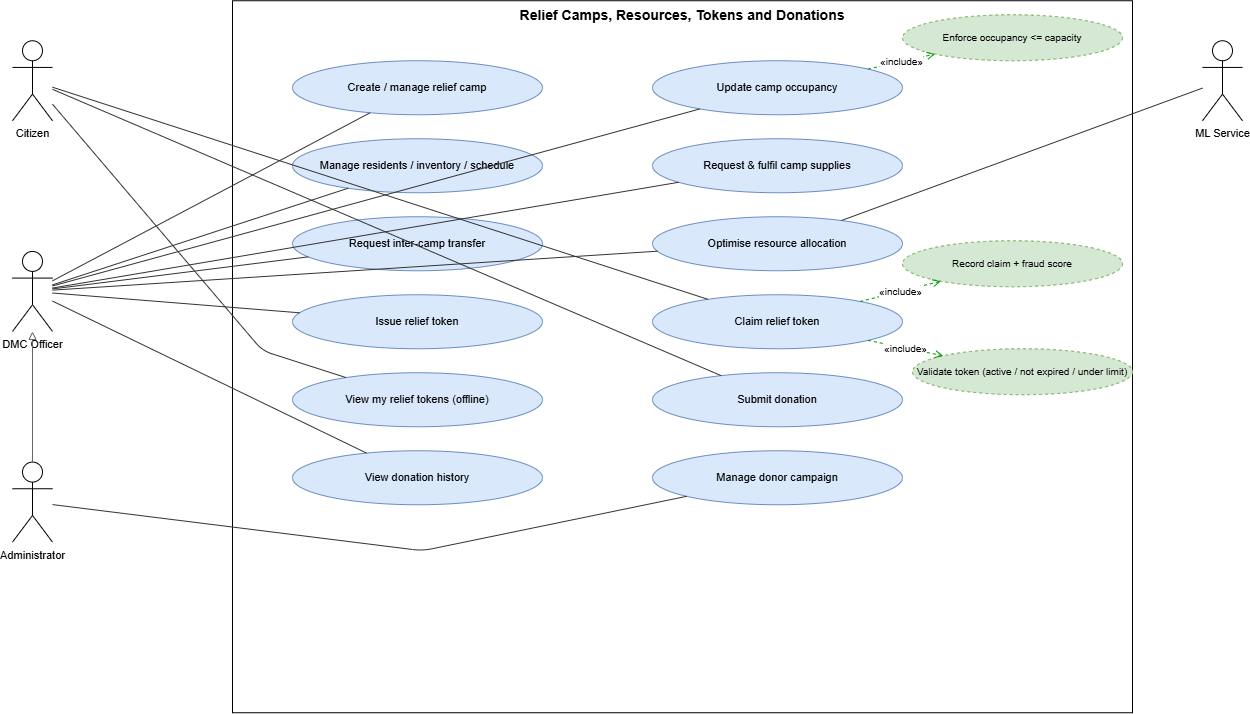
The draw.io diagram research-report-source/diagrams/pngs/Appendix_B.2_UseCase_Relief_Camps_Resources_Tokens_and_Donations.drawio.png in DeshanDV1003/Suraksha---Web-App, before a commit. Source tidied: cells renumbered, new cells last; positions are measured from the earlier drawing's top-left corner, leaving out a move shared by most shapes.
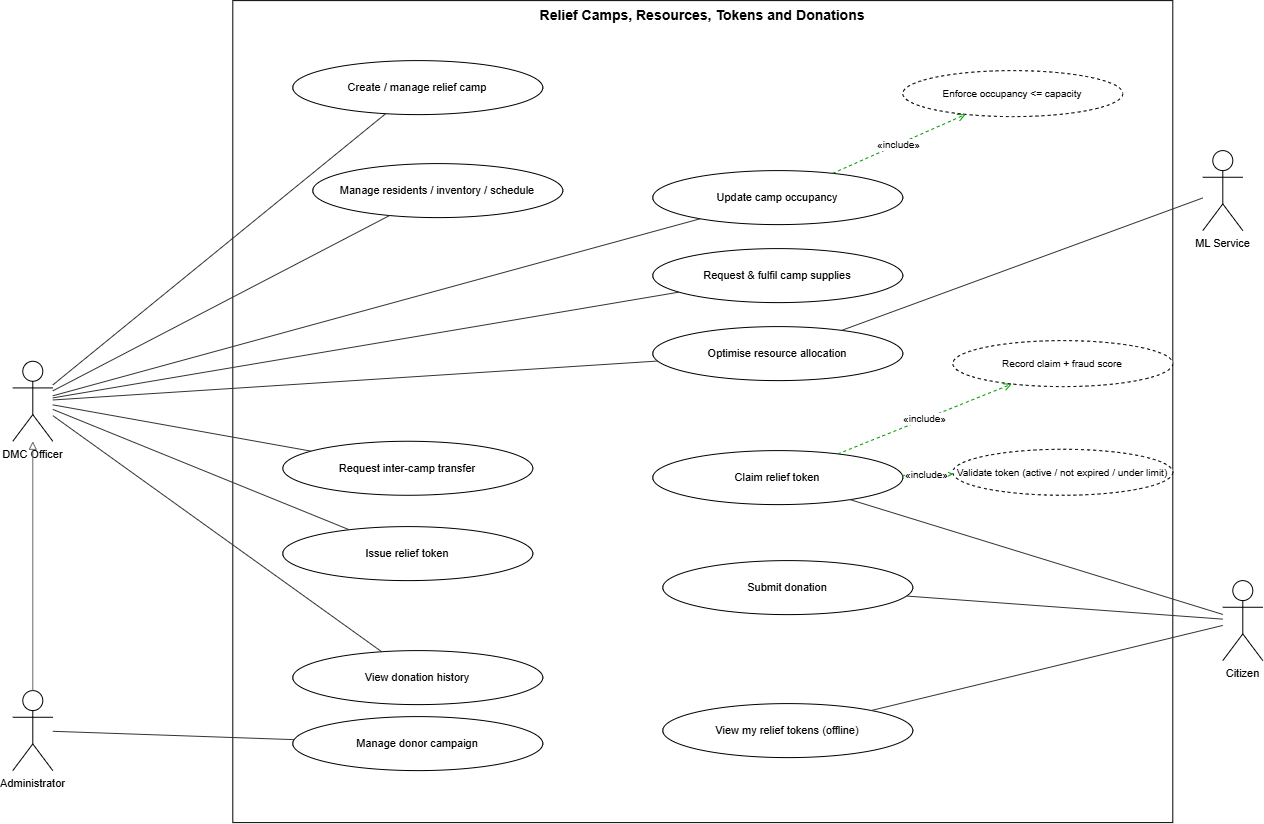
Later version of the same file.

What changed in the source:
```diff
@@ -2,62 +2,62 @@
   <root>
     <mxCell id="0" />
     <mxCell id="1" parent="0" />
-    <mxCell id="2" value="Relief Camps, Resources, Tokens and Donations" style="rounded=0;whiteSpace=wrap;html=1;verticalAlign=top;fontStyle=1;fontSize=14;fillColor=none;strokeColor=#000000;" parent="1" vertex="1">
-      <mxGeometry x="220" width="900" height="712" as="geometry" />
+    <mxCell id="2" value="Relief Camps, Resources, Tokens and Donations" style="rounded=0;whiteSpace=wrap;html=1;verticalAlign=top;fontStyle=1;fontSize=14;" parent="1" vertex="1">
+      <mxGeometry x="220" y="-110" width="940" height="822" as="geometry" />
     </mxCell>
-    <mxCell id="3" value="Create / manage relief camp" style="ellipse;whiteSpace=wrap;html=1;fillColor=#dae8fc;strokeColor=#6c8ebf;fontSize=11;" parent="1" vertex="1">
-      <mxGeometry x="280" y="60" width="250" height="54" as="geometry" />
+    <mxCell id="3" value="Create / manage relief camp" style="ellipse;whiteSpace=wrap;html=1;fontSize=11;" parent="1" vertex="1">
+      <mxGeometry x="280" y="-50" width="250" height="54" as="geometry" />
     </mxCell>
-    <mxCell id="4" value="Update camp occupancy" style="ellipse;whiteSpace=wrap;html=1;fillColor=#dae8fc;strokeColor=#6c8ebf;fontSize=11;" parent="1" vertex="1">
+    <mxCell id="4" value="Update camp occupancy" style="ellipse;whiteSpace=wrap;html=1;fontSize=11;" parent="1" vertex="1">
       <mxGeometry x="640" y="60" width="250" height="54" as="geometry" />
     </mxCell>
-    <mxCell id="5" value="Manage residents / inventory / schedule" style="ellipse;whiteSpace=wrap;html=1;fillColor=#dae8fc;strokeColor=#6c8ebf;fontSize=11;" parent="1" vertex="1">
-      <mxGeometry x="280" y="138" width="250" height="54" as="geometry" />
+    <mxCell id="5" value="Manage residents / inventory / schedule" style="ellipse;whiteSpace=wrap;html=1;fontSize=11;" parent="1" vertex="1">
+      <mxGeometry x="300" y="53" width="250" height="54" as="geometry" />
     </mxCell>
-    <mxCell id="6" value="Request &amp; fulfil camp supplies" style="ellipse;whiteSpace=wrap;html=1;fillColor=#dae8fc;strokeColor=#6c8ebf;fontSize=11;" parent="1" vertex="1">
+    <mxCell id="6" value="Request &amp; fulfil camp supplies" style="ellipse;whiteSpace=wrap;html=1;fontSize=11;" parent="1" vertex="1">
       <mxGeometry x="640" y="138" width="250" height="54" as="geometry" />
     </mxCell>
-    <mxCell id="7" value="Request inter-camp transfer" style="ellipse;whiteSpace=wrap;html=1;fillColor=#dae8fc;strokeColor=#6c8ebf;fontSize=11;" parent="1" vertex="1">
-      <mxGeometry x="280" y="216" width="250" height="54" as="geometry" />
+    <mxCell id="7" value="Request inter-camp transfer" style="ellipse;whiteSpace=wrap;html=1;fontSize=11;" parent="1" vertex="1">
+      <mxGeometry x="270" y="330.7" width="250" height="54" as="geometry" />
     </mxCell>
-    <mxCell id="8" value="Optimise resource allocation" style="ellipse;whiteSpace=wrap;html=1;fillColor=#dae8fc;strokeColor=#6c8ebf;fontSize=11;" parent="1" vertex="1">
+    <mxCell id="8" value="Optimise resource allocation" style="ellipse;whiteSpace=wrap;html=1;fontSize=11;" parent="1" vertex="1">
       <mxGeometry x="640" y="216" width="250" height="54" as="geometry" />
     </mxCell>
-    <mxCell id="9" value="Issue relief token" style="ellipse;whiteSpace=wrap;html=1;fillColor=#dae8fc;strokeColor=#6c8ebf;fontSize=11;" parent="1" vertex="1">
-      <mxGeometry x="280" y="294" width="250" height="54" as="geometry" />
+    <mxCell id="9" value="Issue relief token" style="ellipse;whiteSpace=wrap;html=1;fontSize=11;" parent="1" vertex="1">
+      <mxGeometry x="270" y="416" width="250" height="54" as="geometry" />
     </mxCell>
-    <mxCell id="10" value="Claim relief token" style="ellipse;whiteSpace=wrap;html=1;fillColor=#dae8fc;strokeColor=#6c8ebf;fontSize=11;" parent="1" vertex="1">
-      <mxGeometry x="640" y="294" width="250" height="54" as="geometry" />
+    <mxCell id="10" value="Claim relief token" style="ellipse;whiteSpace=wrap;html=1;fontSize=11;" parent="1" vertex="1">
+      <mxGeometry x="640" y="340" width="250" height="54" as="geometry" />
     </mxCell>
-    <mxCell id="11" value="View my relief tokens (offline)" style="ellipse;whiteSpace=wrap;html=1;fillColor=#dae8fc;strokeColor=#6c8ebf;fontSize=11;" parent="1" vertex="1">
-      <mxGeometry x="280" y="372" width="250" height="54" as="geometry" />
+    <mxCell id="11" value="View my relief tokens (offline)" style="ellipse;whiteSpace=wrap;html=1;fontSize=11;" parent="1" vertex="1">
+      <mxGeometry x="650" y="593" width="250" height="54" as="geometry" />
     </mxCell>
-    <mxCell id="12" value="Submit donation" style="ellipse;whiteSpace=wrap;html=1;fillColor=#dae8fc;strokeColor=#6c8ebf;fontSize=11;" parent="1" vertex="1">
-      <mxGeometry x="640" y="372" width="250" height="54" as="geometry" />
+    <mxCell id="12" value="Submit donation" style="ellipse;whiteSpace=wrap;html=1;fontSize=11;" parent="1" vertex="1">
+      <mxGeometry x="650" y="450" width="250" height="54" as="geometry" />
     </mxCell>
-    <mxCell id="13" value="View donation history" style="ellipse;whiteSpace=wrap;html=1;fillColor=#dae8fc;strokeColor=#6c8ebf;fontSize=11;" parent="1" vertex="1">
-      <mxGeometry x="280" y="450" width="250" height="54" as="geometry" />
+    <mxCell id="13" value="View donation history" style="ellipse;whiteSpace=wrap;html=1;fontSize=11;" parent="1" vertex="1">
+      <mxGeometry x="280" y="540" width="250" height="54" as="geometry" />
     </mxCell>
-    <mxCell id="14" value="Manage donor campaign" style="ellipse;whiteSpace=wrap;html=1;fillColor=#dae8fc;strokeColor=#6c8ebf;fontSize=11;" parent="1" vertex="1">
-      <mxGeometry x="640" y="450" width="250" height="54" as="geometry" />
+    <mxCell id="14" value="Manage donor campaign" style="ellipse;whiteSpace=wrap;html=1;fontSize=11;" parent="1" vertex="1">
+      <mxGeometry x="280" y="606" width="250" height="54" as="geometry" />
     </mxCell>
-    <mxCell id="15" value="Validate token (active / not expired / under limit)" style="ellipse;whiteSpace=wrap;html=1;fillColor=#d5e8d4;strokeColor=#82b366;dashed=1;fontSize=10;" parent="1" vertex="1">
-      <mxGeometry x="900" y="348" width="220" height="46" as="geometry" />
+    <mxCell id="15" value="Validate token (active / not expired / under limit)" style="ellipse;whiteSpace=wrap;html=1;dashed=1;fontSize=10;" parent="1" vertex="1">
+      <mxGeometry x="940" y="338.7" width="220" height="46" as="geometry" />
     </mxCell>
-    <mxCell id="16" value="Record claim + fraud score" style="ellipse;whiteSpace=wrap;html=1;fillColor=#d5e8d4;strokeColor=#82b366;dashed=1;fontSize=10;" parent="1" vertex="1">
-      <mxGeometry x="890" y="240" width="220" height="46" as="geometry" />
+    <mxCell id="16" value="Record claim + fraud score" style="ellipse;whiteSpace=wrap;html=1;dashed=1;fontSize=10;" parent="1" vertex="1">
+      <mxGeometry x="940" y="230" width="220" height="46" as="geometry" />
     </mxCell>
-    <mxCell id="17" value="Enforce occupancy &lt;= capacity" style="ellipse;whiteSpace=wrap;html=1;fillColor=#d5e8d4;strokeColor=#82b366;dashed=1;fontSize=10;" parent="1" vertex="1">
-      <mxGeometry x="890" y="14" width="220" height="46" as="geometry" />
+    <mxCell id="17" value="Enforce occupancy &lt;= capacity" style="ellipse;whiteSpace=wrap;html=1;dashed=1;fontSize=10;" parent="1" vertex="1">
+      <mxGeometry x="890" y="-40" width="220" height="46" as="geometry" />
     </mxCell>
     <mxCell id="18" value="Citizen" style="shape=umlActor;verticalLabelPosition=bottom;verticalAlign=top;html=1;outlineConnect=0;fontSize=11;" parent="1" vertex="1">
-      <mxGeometry y="40" width="40" height="80" as="geometry" />
+      <mxGeometry x="1210" y="470" width="40" height="80" as="geometry" />
     </mxCell>
     <mxCell id="19" value="DMC Officer" style="shape=umlActor;verticalLabelPosition=bottom;verticalAlign=top;html=1;outlineConnect=0;fontSize=11;" parent="1" vertex="1">
       <mxGeometry y="250.7" width="40" height="80" as="geometry" />
     </mxCell>
     <mxCell id="20" value="Administrator" style="shape=umlActor;verticalLabelPosition=bottom;verticalAlign=top;html=1;outlineConnect=0;fontSize=11;" parent="1" vertex="1">
-      <mxGeometry y="461.3" width="40" height="80" as="geometry" />
+      <mxGeometry y="580" width="40" height="80" as="geometry" />
     </mxCell>
     <mxCell id="21" value="ML Service" style="shape=umlActor;verticalLabelPosition=bottom;verticalAlign=top;html=1;outlineConnect=0;fontSize=11;" parent="1" vertex="1">
       <mxGeometry x="1190" y="40" width="40" height="80" as="geometry" />
@@ -93,11 +93,7 @@
       <mxGeometry relative="1" as="geometry" />
     </mxCell>
     <mxCell id="32" style="endArrow=none;html=1;strokeColor=#333333;" parent="1" edge="1" source="18" target="11">
-      <mxGeometry relative="1" as="geometry">
-        <Array as="points">
-          <mxPoint x="250" y="350" />
-        </Array>
-      </mxGeometry>
+      <mxGeometry relative="1" as="geometry" />
     </mxCell>
     <mxCell id="33" style="endArrow=none;html=1;strokeColor=#333333;" parent="1" edge="1" source="18" target="12">
       <mxGeometry relative="1" as="geometry" />
@@ -106,11 +102,7 @@
       <mxGeometry relative="1" as="geometry" />
     </mxCell>
     <mxCell id="35" style="endArrow=none;html=1;strokeColor=#333333;" parent="1" edge="1" source="20" target="14">
-      <mxGeometry relative="1" as="geometry">
-        <Array as="points">
-          <mxPoint x="410" y="550" />
-        </Array>
-      </mxGeometry>
+      <mxGeometry relative="1" as="geometry" />
     </mxCell>
     <mxCell id="36" value="«include»" style="endArrow=open;endFill=0;html=1;dashed=1;fontSize=10;strokeColor=#009900;" parent="1" edge="1" source="10" target="15">
       <mxGeometry relative="1" as="geometry" />
```
